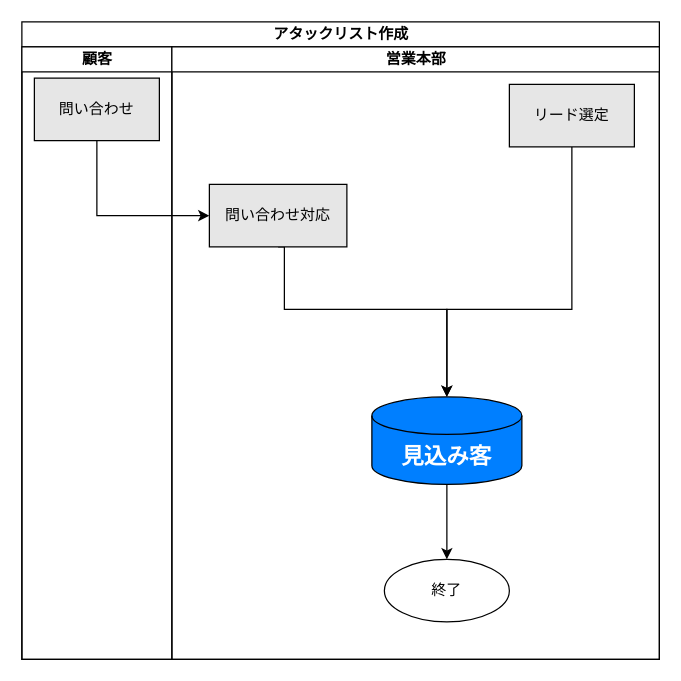
TaikiHorita/TaikiRepository keeps this draw.io diagram as page "アタックリスト作成" (2 of 6) of 20230622To-Be業務フロー図.drawio. Above is the earlier version. Source tidied: cells renumbered, new cells numbered last; positions are measured from the earlier drawing's top-left corner, leaving out a move shared by most shapes. Both pictures are drawn from the tidied source at 125%, with x=0, y=0 at pixel (21, 21).
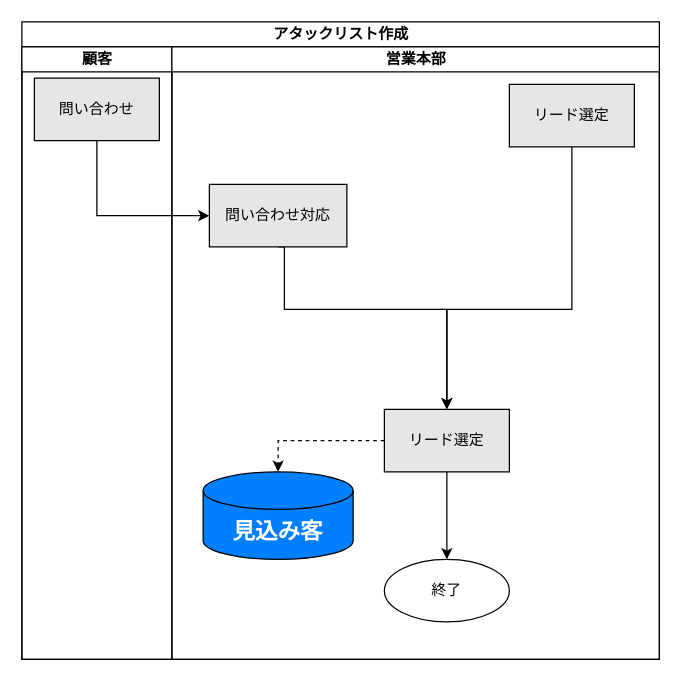
After the change.

Diff of the diagram source:
```diff
@@
 <mxGraphModel>
   <root>
     <mxCell id="0" />
     <mxCell id="1" parent="0" />
     <mxCell id="2" value="アタックリスト作成" style="swimlane;startSize=20;html=1;" parent="1" vertex="1">
       <mxGeometry width="510" height="510" as="geometry" />
     </mxCell>
     <mxCell id="3" value="顧客" style="swimlane;startSize=20;html=1;" parent="2" vertex="1">
       <mxGeometry y="20" width="120" height="490" as="geometry" />
     </mxCell>
     <mxCell id="4" value="問い合わせ" style="rounded=0;whiteSpace=wrap;html=1;fillColor=#E6E6E6;" parent="3" vertex="1">
       <mxGeometry x="10" y="25" width="100" height="50" as="geometry" />
     </mxCell>
     <mxCell id="5" value="営業本部" style="swimlane;startSize=20;html=1;" parent="2" vertex="1">
       <mxGeometry x="120" y="20" width="390" height="490" as="geometry" />
     </mxCell>
-    <mxCell id="6" style="edgeStyle=orthogonalEdgeStyle;rounded=0;jettySize=auto;html=1;exitX=0.5;exitY=1;exitDx=0;exitDy=0;entryX=0.5;entryY=0;entryDx=0;entryDy=0;entryPerimeter=0;" parent="5" edge="1" source="7" target="9">
+    <mxCell id="6" style="edgeStyle=orthogonalEdgeStyle;rounded=0;jettySize=auto;html=1;exitX=0.5;exitY=1;exitDx=0;exitDy=0;entryX=0.5;entryY=0;entryDx=0;entryDy=0;" parent="5" edge="1" source="7" target="16">
       <mxGeometry relative="1" as="geometry">
         <Array as="points">
+          <mxPoint x="90" y="160" />
           <mxPoint x="90" y="210" />
           <mxPoint x="220" y="210" />
         </Array>
       </mxGeometry>
     </mxCell>
     <mxCell id="7" value="問い合わせ対応" style="rounded=0;whiteSpace=wrap;html=1;fillColor=#E6E6E6;" parent="5" vertex="1">
       <mxGeometry x="30" y="110" width="110" height="50" as="geometry" />
     </mxCell>
-    <mxCell id="8" style="edgeStyle=orthogonalEdgeStyle;rounded=0;jettySize=auto;html=1;exitX=0.5;exitY=1;exitDx=0;exitDy=0;exitPerimeter=0;entryX=0.5;entryY=0;entryDx=0;entryDy=0;" parent="5" edge="1" source="9" target="10">
-      <mxGeometry relative="1" as="geometry" />
-    </mxCell>
     <mxCell id="9" value="&lt;font color=&quot;#ffffff&quot;&gt;&lt;span style=&quot;font-size: 18px;&quot;&gt;&lt;b&gt;見込み客&lt;/b&gt;&lt;/span&gt;&lt;/font&gt;" style="shape=cylinder3;whiteSpace=wrap;html=1;boundedLbl=1;backgroundOutline=1;size=15;fillColor=#007FFF;" parent="5" vertex="1">
-      <mxGeometry x="160" y="280" width="120" height="70" as="geometry" />
+      <mxGeometry x="25" y="340" width="120" height="70" as="geometry" />
     </mxCell>
     <mxCell id="10" value="終了" style="ellipse;whiteSpace=wrap;html=1;" parent="5" vertex="1">
       <mxGeometry x="170" y="410" width="100" height="50" as="geometry" />
     </mxCell>
-    <mxCell id="11" style="edgeStyle=orthogonalEdgeStyle;rounded=0;jettySize=auto;html=1;exitX=0.5;exitY=1;exitDx=0;exitDy=0;entryX=0.5;entryY=0;entryDx=0;entryDy=0;entryPerimeter=0;" parent="5" edge="1" source="12" target="9">
+    <mxCell id="11" style="edgeStyle=orthogonalEdgeStyle;rounded=0;jettySize=auto;html=1;exitX=0.5;exitY=1;exitDx=0;exitDy=0;entryX=0.5;entryY=0;entryDx=0;entryDy=0;" parent="5" edge="1" source="12" target="16">
       <mxGeometry relative="1" as="geometry">
         <Array as="points">
           <mxPoint x="320" y="210" />
           <mxPoint x="220" y="210" />
         </Array>
       </mxGeometry>
     </mxCell>
     <mxCell id="12" value="リード選定" style="rounded=0;whiteSpace=wrap;html=1;fillColor=#E6E6E6;" parent="5" vertex="1">
       <mxGeometry x="270" y="30" width="100" height="50" as="geometry" />
     </mxCell>
+    <mxCell id="14" style="edgeStyle=orthogonalEdgeStyle;rounded=0;jettySize=auto;html=1;exitX=0;exitY=0.5;exitDx=0;exitDy=0;entryX=0.5;entryY=0;entryDx=0;entryDy=0;entryPerimeter=0;dashed=1;" parent="5" edge="1" source="16" target="9">
+      <mxGeometry relative="1" as="geometry" />
+    </mxCell>
+    <mxCell id="15" style="edgeStyle=orthogonalEdgeStyle;rounded=0;jettySize=auto;html=1;exitX=0.5;exitY=1;exitDx=0;exitDy=0;entryX=0.5;entryY=0;entryDx=0;entryDy=0;" parent="5" edge="1" source="16" target="10">
+      <mxGeometry relative="1" as="geometry" />
+    </mxCell>
+    <mxCell id="16" value="リード選定" style="rounded=0;whiteSpace=wrap;html=1;fillColor=#E6E6E6;" parent="5" vertex="1">
+      <mxGeometry x="170" y="290" width="100" height="50" as="geometry" />
+    </mxCell>
     <mxCell id="13" style="edgeStyle=orthogonalEdgeStyle;rounded=0;jettySize=auto;html=1;exitX=0.5;exitY=1;exitDx=0;exitDy=0;entryX=0;entryY=0.5;entryDx=0;entryDy=0;" parent="2" edge="1" source="4" target="7">
       <mxGeometry relative="1" as="geometry" />
     </mxCell>
   </root>
 </mxGraphModel>
```
